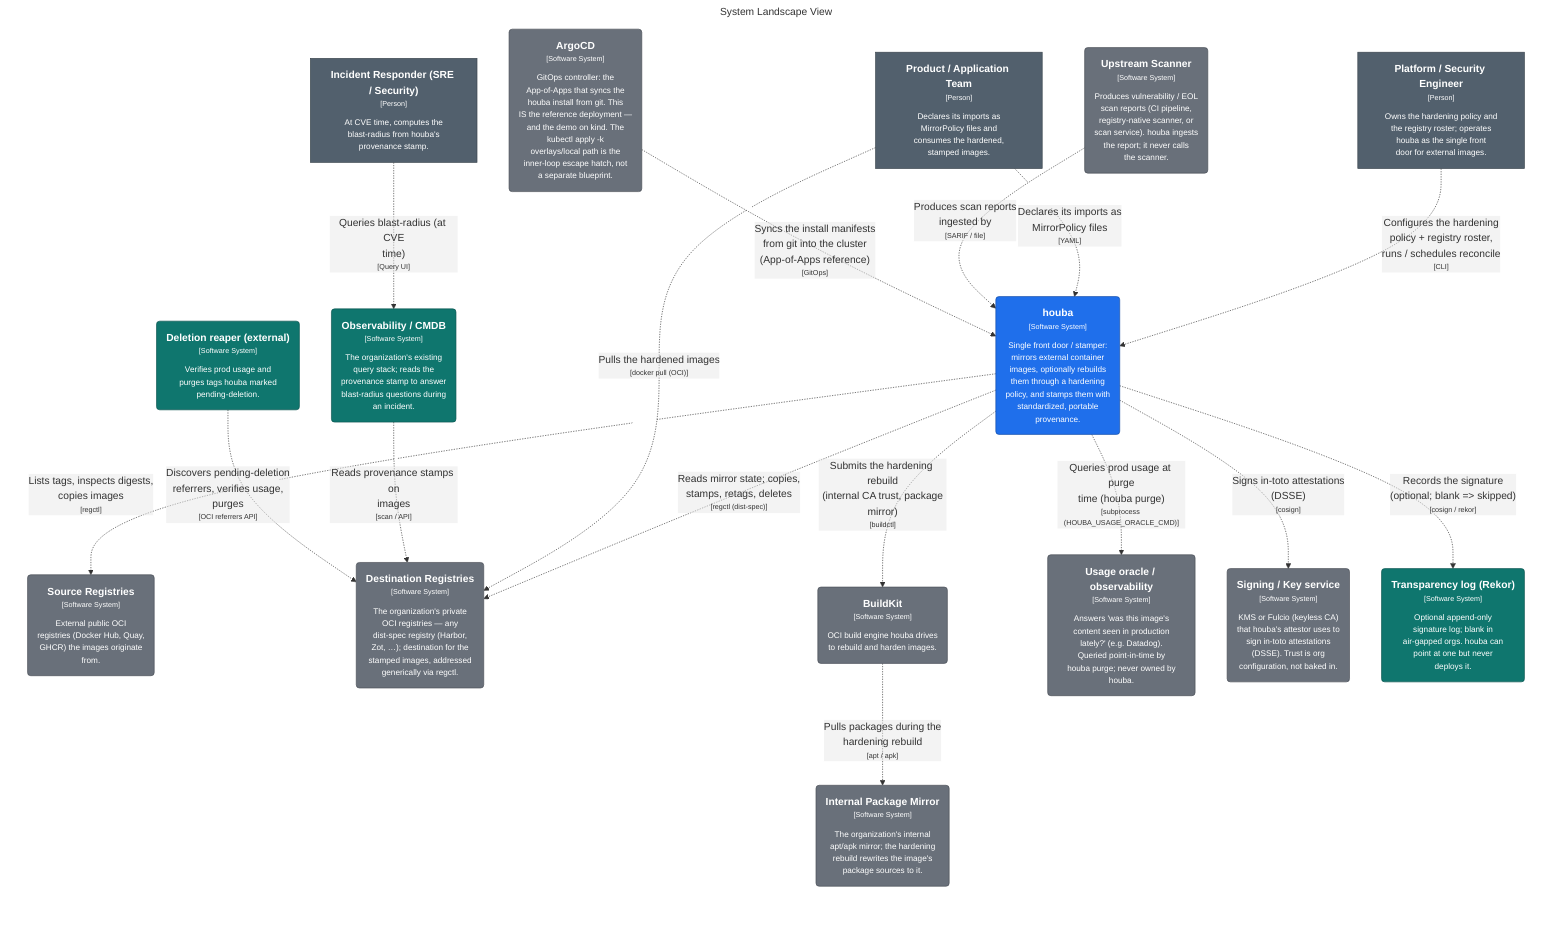
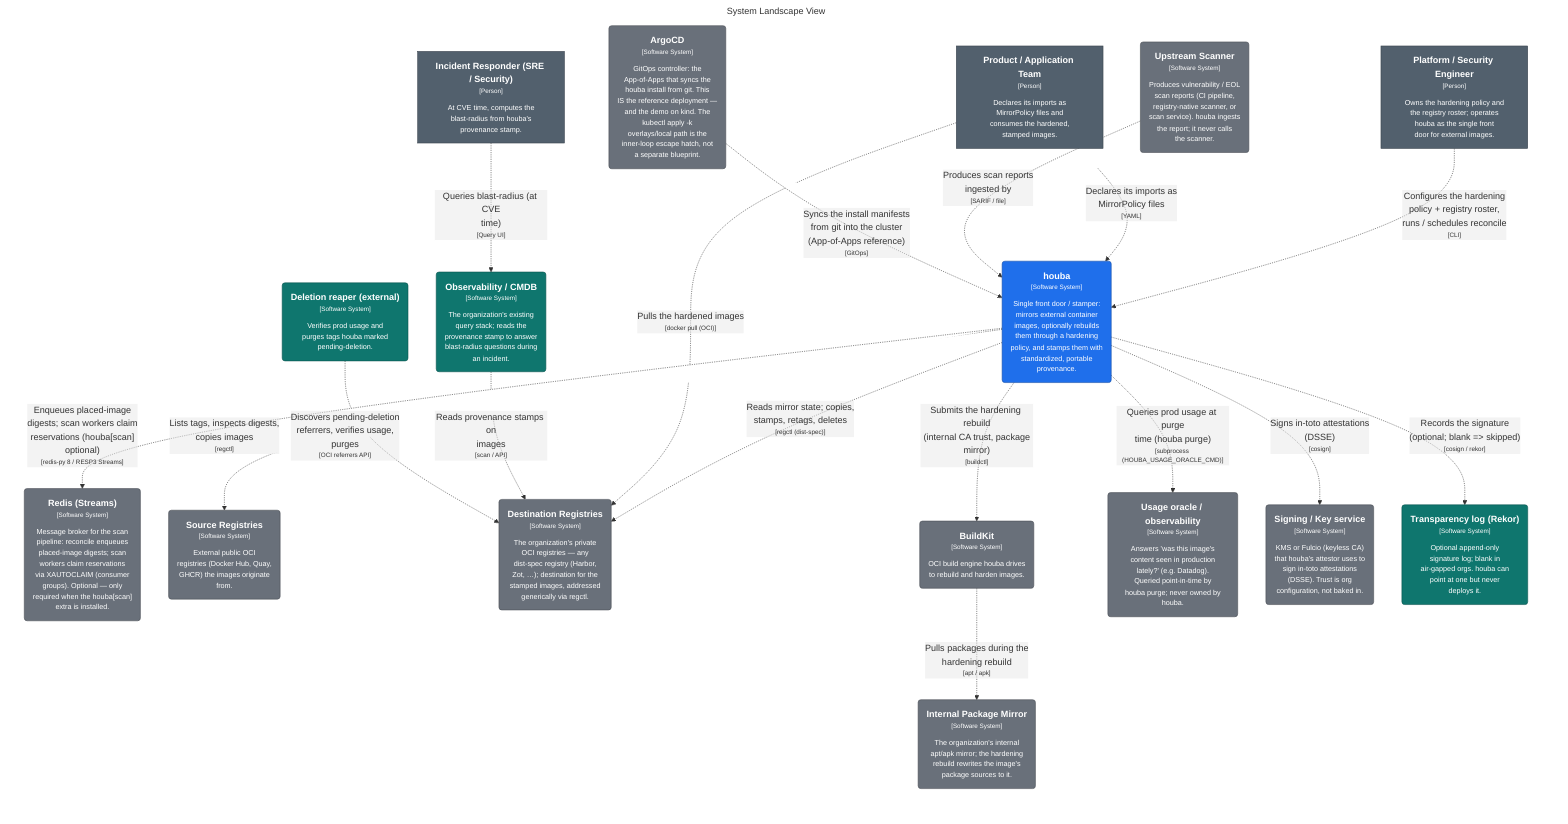
graph LR
  linkStyle default fill:#ffffff

  subgraph diagram ["System Landscape View"]
    style diagram fill:#ffffff,stroke:#ffffff

    1["<div style='font-weight: bold'>Platform / Security Engineer</div><div style='font-size: 70%; margin-top: 0px'>[Person]</div><div style='font-size: 80%; margin-top:10px'>Owns the hardening policy and<br />the registry roster; operates<br />houba as the single front<br />door for external images.</div>"]
    style 1 fill:#52606d,stroke:#39434c,color:#ffffff
    2["<div style='font-weight: bold'>Product / Application Team</div><div style='font-size: 70%; margin-top: 0px'>[Person]</div><div style='font-size: 80%; margin-top:10px'>Declares its imports as<br />MirrorPolicy files and<br />consumes the hardened,<br />stamped images.</div>"]
    style 2 fill:#52606d,stroke:#39434c,color:#ffffff
    3["<div style='font-weight: bold'>Incident Responder (SRE / Security)</div><div style='font-size: 70%; margin-top: 0px'>[Person]</div><div style='font-size: 80%; margin-top:10px'>At CVE time, computes the<br />blast-radius from houba's<br />provenance stamp.</div>"]
    style 3 fill:#52606d,stroke:#39434c,color:#ffffff
    4("<div style='font-weight: bold'>houba</div><div style='font-size: 70%; margin-top: 0px'>[Software System]</div><div style='font-size: 80%; margin-top:10px'>Single front door / stamper:<br />mirrors external container<br />images, optionally rebuilds<br />them through a hardening<br />policy, and stamps them with<br />standardized, portable<br />provenance.</div>")
    style 4 fill:#1f6feb,stroke:#154da4,color:#ffffff
-     53("<div style='font-weight: bold'>Source Registries</div><div style='font-size: 70%; margin-top: 0px'>[Software System]</div><div style='font-size: 80%; margin-top:10px'>External public OCI<br />registries (Docker Hub, Quay,<br />GHCR) the images originate<br />from.</div>")
-     style 53 fill:#69707a,stroke:#494e55,color:#ffffff
-     54("<div style='font-weight: bold'>Destination Registries</div><div style='font-size: 70%; margin-top: 0px'>[Software System]</div><div style='font-size: 80%; margin-top:10px'>The organization's private<br />OCI registries — any<br />dist-spec registry (Harbor,<br />Zot, …); destination for the<br />stamped images, addressed<br />generically via regctl.</div>")
-     style 54 fill:#69707a,stroke:#494e55,color:#ffffff
-     55("<div style='font-weight: bold'>BuildKit</div><div style='font-size: 70%; margin-top: 0px'>[Software System]</div><div style='font-size: 80%; margin-top:10px'>OCI build engine houba drives<br />to rebuild and harden images.</div>")
-     style 55 fill:#69707a,stroke:#494e55,color:#ffffff
-     56("<div style='font-weight: bold'>Internal Package Mirror</div><div style='font-size: 70%; margin-top: 0px'>[Software System]</div><div style='font-size: 80%; margin-top:10px'>The organization's internal<br />apt/apk mirror; the hardening<br />rebuild rewrites the image's<br />package sources to it.</div>")
-     style 56 fill:#69707a,stroke:#494e55,color:#ffffff
-     57("<div style='font-weight: bold'>Observability / CMDB</div><div style='font-size: 70%; margin-top: 0px'>[Software System]</div><div style='font-size: 80%; margin-top:10px'>The organization's existing<br />query stack; reads the<br />provenance stamp to answer<br />blast-radius questions during<br />an incident.</div>")
-     style 57 fill:#0f766e,stroke:#0a524d,color:#ffffff
-     58("<div style='font-weight: bold'>Deletion reaper (external)</div><div style='font-size: 70%; margin-top: 0px'>[Software System]</div><div style='font-size: 80%; margin-top:10px'>Verifies prod usage and<br />purges tags houba marked<br />pending-deletion.</div>")
-     style 58 fill:#0f766e,stroke:#0a524d,color:#ffffff
-     59("<div style='font-weight: bold'>Usage oracle / observability</div><div style='font-size: 70%; margin-top: 0px'>[Software System]</div><div style='font-size: 80%; margin-top:10px'>Answers 'was this image's<br />content seen in production<br />lately?' (e.g. Datadog).<br />Queried point-in-time by<br />houba purge; never owned by<br />houba.</div>")
+     58("<div style='font-weight: bold'>Redis (Streams)</div><div style='font-size: 70%; margin-top: 0px'>[Software System]</div><div style='font-size: 80%; margin-top:10px'>Message broker for the scan<br />pipeline: reconcile enqueues<br />placed-image digests; scan<br />workers claim reservations<br />via XAUTOCLAIM (consumer<br />groups). Optional — only<br />required when the houba[scan]<br />extra is installed.</div>")
+     style 58 fill:#69707a,stroke:#494e55,color:#ffffff
+     59("<div style='font-weight: bold'>Source Registries</div><div style='font-size: 70%; margin-top: 0px'>[Software System]</div><div style='font-size: 80%; margin-top:10px'>External public OCI<br />registries (Docker Hub, Quay,<br />GHCR) the images originate<br />from.</div>")
    style 59 fill:#69707a,stroke:#494e55,color:#ffffff
-     60("<div style='font-weight: bold'>Signing / Key service</div><div style='font-size: 70%; margin-top: 0px'>[Software System]</div><div style='font-size: 80%; margin-top:10px'>KMS or Fulcio (keyless CA)<br />that houba's attestor uses to<br />sign in-toto attestations<br />(DSSE). Trust is org<br />configuration, not baked in.</div>")
+     60("<div style='font-weight: bold'>Destination Registries</div><div style='font-size: 70%; margin-top: 0px'>[Software System]</div><div style='font-size: 80%; margin-top:10px'>The organization's private<br />OCI registries — any<br />dist-spec registry (Harbor,<br />Zot, …); destination for the<br />stamped images, addressed<br />generically via regctl.</div>")
    style 60 fill:#69707a,stroke:#494e55,color:#ffffff
-     61("<div style='font-weight: bold'>Transparency log (Rekor)</div><div style='font-size: 70%; margin-top: 0px'>[Software System]</div><div style='font-size: 80%; margin-top:10px'>Optional append-only<br />signature log; blank in<br />air-gapped orgs. houba can<br />point at one but never<br />deploys it.</div>")
-     style 61 fill:#0f766e,stroke:#0a524d,color:#ffffff
-     62("<div style='font-weight: bold'>Upstream Scanner</div><div style='font-size: 70%; margin-top: 0px'>[Software System]</div><div style='font-size: 80%; margin-top:10px'>Produces vulnerability / EOL<br />scan reports (CI pipeline,<br />registry-native scanner, or<br />scan service). houba ingests<br />the report; it never calls<br />the scanner.</div>")
+     61("<div style='font-weight: bold'>BuildKit</div><div style='font-size: 70%; margin-top: 0px'>[Software System]</div><div style='font-size: 80%; margin-top:10px'>OCI build engine houba drives<br />to rebuild and harden images.</div>")
+     style 61 fill:#69707a,stroke:#494e55,color:#ffffff
+     62("<div style='font-weight: bold'>Internal Package Mirror</div><div style='font-size: 70%; margin-top: 0px'>[Software System]</div><div style='font-size: 80%; margin-top:10px'>The organization's internal<br />apt/apk mirror; the hardening<br />rebuild rewrites the image's<br />package sources to it.</div>")
    style 62 fill:#69707a,stroke:#494e55,color:#ffffff
-     63("<div style='font-weight: bold'>ArgoCD</div><div style='font-size: 70%; margin-top: 0px'>[Software System]</div><div style='font-size: 80%; margin-top:10px'>GitOps controller: the<br />App-of-Apps that syncs the<br />houba install from git. This<br />IS the reference deployment —<br />and the demo on kind. The<br />kubectl apply -k<br />overlays/local path is the<br />inner-loop escape hatch, not<br />a separate blueprint.</div>")
-     style 63 fill:#69707a,stroke:#494e55,color:#ffffff
+     63("<div style='font-weight: bold'>Observability / CMDB</div><div style='font-size: 70%; margin-top: 0px'>[Software System]</div><div style='font-size: 80%; margin-top:10px'>The organization's existing<br />query stack; reads the<br />provenance stamp to answer<br />blast-radius questions during<br />an incident.</div>")
+     style 63 fill:#0f766e,stroke:#0a524d,color:#ffffff
+     64("<div style='font-weight: bold'>Deletion reaper (external)</div><div style='font-size: 70%; margin-top: 0px'>[Software System]</div><div style='font-size: 80%; margin-top:10px'>Verifies prod usage and<br />purges tags houba marked<br />pending-deletion.</div>")
+     style 64 fill:#0f766e,stroke:#0a524d,color:#ffffff
+     65("<div style='font-weight: bold'>Usage oracle / observability</div><div style='font-size: 70%; margin-top: 0px'>[Software System]</div><div style='font-size: 80%; margin-top:10px'>Answers 'was this image's<br />content seen in production<br />lately?' (e.g. Datadog).<br />Queried point-in-time by<br />houba purge; never owned by<br />houba.</div>")
+     style 65 fill:#69707a,stroke:#494e55,color:#ffffff
+     66("<div style='font-weight: bold'>Signing / Key service</div><div style='font-size: 70%; margin-top: 0px'>[Software System]</div><div style='font-size: 80%; margin-top:10px'>KMS or Fulcio (keyless CA)<br />that houba's attestor uses to<br />sign in-toto attestations<br />(DSSE). Trust is org<br />configuration, not baked in.</div>")
+     style 66 fill:#69707a,stroke:#494e55,color:#ffffff
+     67("<div style='font-weight: bold'>Transparency log (Rekor)</div><div style='font-size: 70%; margin-top: 0px'>[Software System]</div><div style='font-size: 80%; margin-top:10px'>Optional append-only<br />signature log; blank in<br />air-gapped orgs. houba can<br />point at one but never<br />deploys it.</div>")
+     style 67 fill:#0f766e,stroke:#0a524d,color:#ffffff
+     68("<div style='font-weight: bold'>Upstream Scanner</div><div style='font-size: 70%; margin-top: 0px'>[Software System]</div><div style='font-size: 80%; margin-top:10px'>Produces vulnerability / EOL<br />scan reports (CI pipeline,<br />registry-native scanner, or<br />scan service). houba ingests<br />the report; it never calls<br />the scanner.</div>")
+     style 68 fill:#69707a,stroke:#494e55,color:#ffffff
+     69("<div style='font-weight: bold'>ArgoCD</div><div style='font-size: 70%; margin-top: 0px'>[Software System]</div><div style='font-size: 80%; margin-top:10px'>GitOps controller: the<br />App-of-Apps that syncs the<br />houba install from git. This<br />IS the reference deployment —<br />and the demo on kind. The<br />kubectl apply -k<br />overlays/local path is the<br />inner-loop escape hatch, not<br />a separate blueprint.</div>")
+     style 69 fill:#69707a,stroke:#494e55,color:#ffffff

    1-. "<div>Configures the hardening<br />policy + registry roster,<br />runs / schedules reconcile</div><div style='font-size: 70%'>[CLI]</div>" .->4
    2-. "<div>Declares its imports as<br />MirrorPolicy files</div><div style='font-size: 70%'>[YAML]</div>" .->4
-     4-. "<div>Lists tags, inspects digests,<br />copies images</div><div style='font-size: 70%'>[regctl]</div>" .->53
-     4-. "<div>Reads mirror state; copies,<br />stamps, retags, deletes</div><div style='font-size: 70%'>[regctl (dist-spec)]</div>" .->54
-     4-. "<div>Submits the hardening rebuild<br />(internal CA trust, package<br />mirror)</div><div style='font-size: 70%'>[buildctl]</div>" .->55
-     55-. "<div>Pulls packages during the<br />hardening rebuild</div><div style='font-size: 70%'>[apt / apk]</div>" .->56
-     2-. "<div>Pulls the hardened images</div><div style='font-size: 70%'>[docker pull (OCI)]</div>" .->54
-     57-. "<div>Reads provenance stamps on<br />images</div><div style='font-size: 70%'>[scan / API]</div>" .->54
-     3-. "<div>Queries blast-radius (at CVE<br />time)</div><div style='font-size: 70%'>[Query UI]</div>" .->57
-     58-. "<div>Discovers pending-deletion<br />referrers, verifies usage,<br />purges</div><div style='font-size: 70%'>[OCI referrers API]</div>" .->54
-     4-. "<div>Queries prod usage at purge<br />time (houba purge)</div><div style='font-size: 70%'>[subprocess (HOUBA_USAGE_ORACLE_CMD)]</div>" .->59
-     4-. "<div>Signs in-toto attestations<br />(DSSE)</div><div style='font-size: 70%'>[cosign]</div>" .->60
-     4-. "<div>Records the signature<br />(optional; blank => skipped)</div><div style='font-size: 70%'>[cosign / rekor]</div>" .->61
-     62-. "<div>Produces scan reports<br />ingested by</div><div style='font-size: 70%'>[SARIF / file]</div>" .->4
-     63-. "<div>Syncs the install manifests<br />from git into the cluster<br />(App-of-Apps reference)</div><div style='font-size: 70%'>[GitOps]</div>" .->4
+     4-. "<div>Lists tags, inspects digests,<br />copies images</div><div style='font-size: 70%'>[regctl]</div>" .->59
+     4-. "<div>Reads mirror state; copies,<br />stamps, retags, deletes</div><div style='font-size: 70%'>[regctl (dist-spec)]</div>" .->60
+     4-. "<div>Submits the hardening rebuild<br />(internal CA trust, package<br />mirror)</div><div style='font-size: 70%'>[buildctl]</div>" .->61
+     61-. "<div>Pulls packages during the<br />hardening rebuild</div><div style='font-size: 70%'>[apt / apk]</div>" .->62
+     2-. "<div>Pulls the hardened images</div><div style='font-size: 70%'>[docker pull (OCI)]</div>" .->60
+     63-. "<div>Reads provenance stamps on<br />images</div><div style='font-size: 70%'>[scan / API]</div>" .->60
+     3-. "<div>Queries blast-radius (at CVE<br />time)</div><div style='font-size: 70%'>[Query UI]</div>" .->63
+     64-. "<div>Discovers pending-deletion<br />referrers, verifies usage,<br />purges</div><div style='font-size: 70%'>[OCI referrers API]</div>" .->60
+     4-. "<div>Queries prod usage at purge<br />time (houba purge)</div><div style='font-size: 70%'>[subprocess (HOUBA_USAGE_ORACLE_CMD)]</div>" .->65
+     4-. "<div>Signs in-toto attestations<br />(DSSE)</div><div style='font-size: 70%'>[cosign]</div>" .->66
+     4-. "<div>Records the signature<br />(optional; blank => skipped)</div><div style='font-size: 70%'>[cosign / rekor]</div>" .->67
+     68-. "<div>Produces scan reports<br />ingested by</div><div style='font-size: 70%'>[SARIF / file]</div>" .->4
+     4-. "<div>Enqueues placed-image<br />digests; scan workers claim<br />reservations (houba[scan]<br />optional)</div><div style='font-size: 70%'>[redis-py 8 / RESP3 Streams]</div>" .->58
+     69-. "<div>Syncs the install manifests<br />from git into the cluster<br />(App-of-Apps reference)</div><div style='font-size: 70%'>[GitOps]</div>" .->4

  end